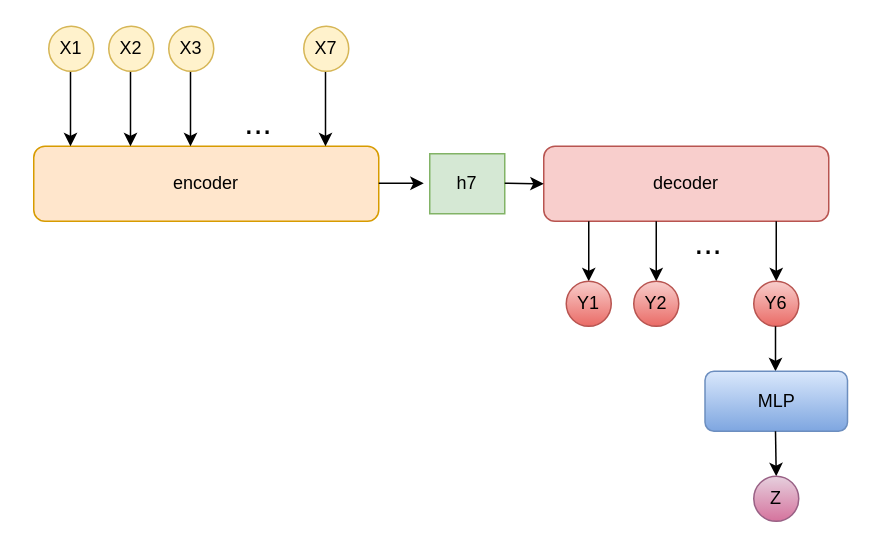
Kakoyi945/cloud keeps this draw.io diagram as 毕设-后端算法框架.drawio. Above is the earlier version. Source tidied: cells renumbered, new cells numbered last; positions are measured from the earlier drawing's top-left corner, leaving out a move shared by most shapes. Both pictures are drawn from the tidied source at 150%, with x=0, y=0 at pixel (26, 26).
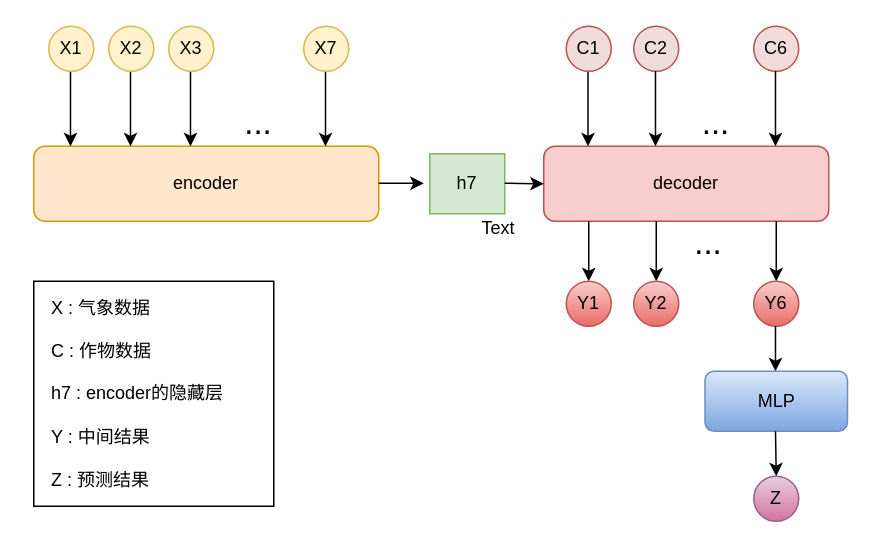
Above is the later version.

Commit message:
更新毕设-后端算法框架.drawio

What changed in the source:
```diff
@@
+    <mxCell id="35" style="ellipse;whiteSpace=wrap;html=1;fillColor=#f0dcdb;strokeColor=#b85450;" parent="1" vertex="1">
+      <mxGeometry x="485" width="30" height="30" as="geometry" />
+    </mxCell>
+    <mxCell id="36" style="ellipse;whiteSpace=wrap;html=1;fillColor=#f0dcdb;strokeColor=#b85450;" parent="1" vertex="1">
+      <mxGeometry x="405" width="30" height="30" as="geometry" />
+    </mxCell>
@@
+    <mxCell id="37" style="endArrow=classic;html=1;rounded=0;" parent="1" edge="1">
+      <mxGeometry relative="1" as="geometry">
+        <mxPoint x="374.5" y="30" as="sourcePoint" />
+        <mxPoint x="374.5" y="80" as="targetPoint" />
+      </mxGeometry>
+    </mxCell>
+    <mxCell id="38" style="ellipse;whiteSpace=wrap;html=1;fillColor=#f0dcdb;strokeColor=#b85450;" parent="1" vertex="1">
+      <mxGeometry x="360" width="30" height="30" as="geometry" />
+    </mxCell>
+    <mxCell id="39" value="&lt;font style=&quot;font-size: 22px;&quot;&gt;...&lt;/font&gt;" style="text;html=1;align=center;verticalAlign=middle;whiteSpace=wrap;rounded=0;" parent="1" vertex="1">
+      <mxGeometry x="430" y="50" width="60" height="30" as="geometry" />
+    </mxCell>
+    <mxCell id="40" value="C1" style="text;html=1;align=center;verticalAlign=middle;whiteSpace=wrap;rounded=0;" parent="1" vertex="1">
+      <mxGeometry x="345" width="60" height="30" as="geometry" />
+    </mxCell>
+    <mxCell id="41" value="C2" style="text;html=1;align=center;verticalAlign=middle;whiteSpace=wrap;rounded=0;" parent="1" vertex="1">
+      <mxGeometry x="390" width="60" height="30" as="geometry" />
+    </mxCell>
+    <mxCell id="42" value="C6" style="text;html=1;align=center;verticalAlign=middle;whiteSpace=wrap;rounded=0;" parent="1" vertex="1">
+      <mxGeometry x="470" width="60" height="30" as="geometry" />
+    </mxCell>
+    <mxCell id="43" style="endArrow=classic;html=1;rounded=0;" parent="1" edge="1">
+      <mxGeometry relative="1" as="geometry">
+        <mxPoint x="419.5" y="30" as="sourcePoint" />
+        <mxPoint x="419.5" y="80" as="targetPoint" />
+      </mxGeometry>
+    </mxCell>
+    <mxCell id="44" style="endArrow=classic;html=1;rounded=0;" parent="1" edge="1">
+      <mxGeometry relative="1" as="geometry">
+        <mxPoint x="499.5" y="30" as="sourcePoint" />
+        <mxPoint x="499.5" y="80" as="targetPoint" />
+      </mxGeometry>
+    </mxCell>
+    <mxCell id="45" style="rounded=0;whiteSpace=wrap;html=1;" parent="1" vertex="1">
+      <mxGeometry x="5" y="170" width="160" height="150" as="geometry" />
+    </mxCell>
+    <mxCell id="46" value="Text" style="text;html=1;align=center;verticalAlign=middle;whiteSpace=wrap;rounded=0;" parent="1" vertex="1">
+      <mxGeometry x="285" y="120" width="60" height="30" as="geometry" />
+    </mxCell>
+    <mxCell id="47" value="X : 气象数据&lt;div&gt;&lt;br&gt;&lt;/div&gt;&lt;div&gt;C : 作物数据&lt;/div&gt;&lt;div&gt;&lt;br&gt;&lt;/div&gt;&lt;div&gt;h7 : encoder的隐藏层&lt;/div&gt;&lt;div&gt;&lt;br&gt;&lt;/div&gt;&lt;div&gt;Y : 中间结果&lt;/div&gt;&lt;div&gt;&lt;br&gt;&lt;/div&gt;&lt;div&gt;Z : 预测结果&lt;/div&gt;" style="text;html=1;align=left;verticalAlign=middle;whiteSpace=wrap;rounded=0;" parent="1" vertex="1">
+      <mxGeometry x="15" y="180" width="135" height="130" as="geometry" />
+    </mxCell>
```
